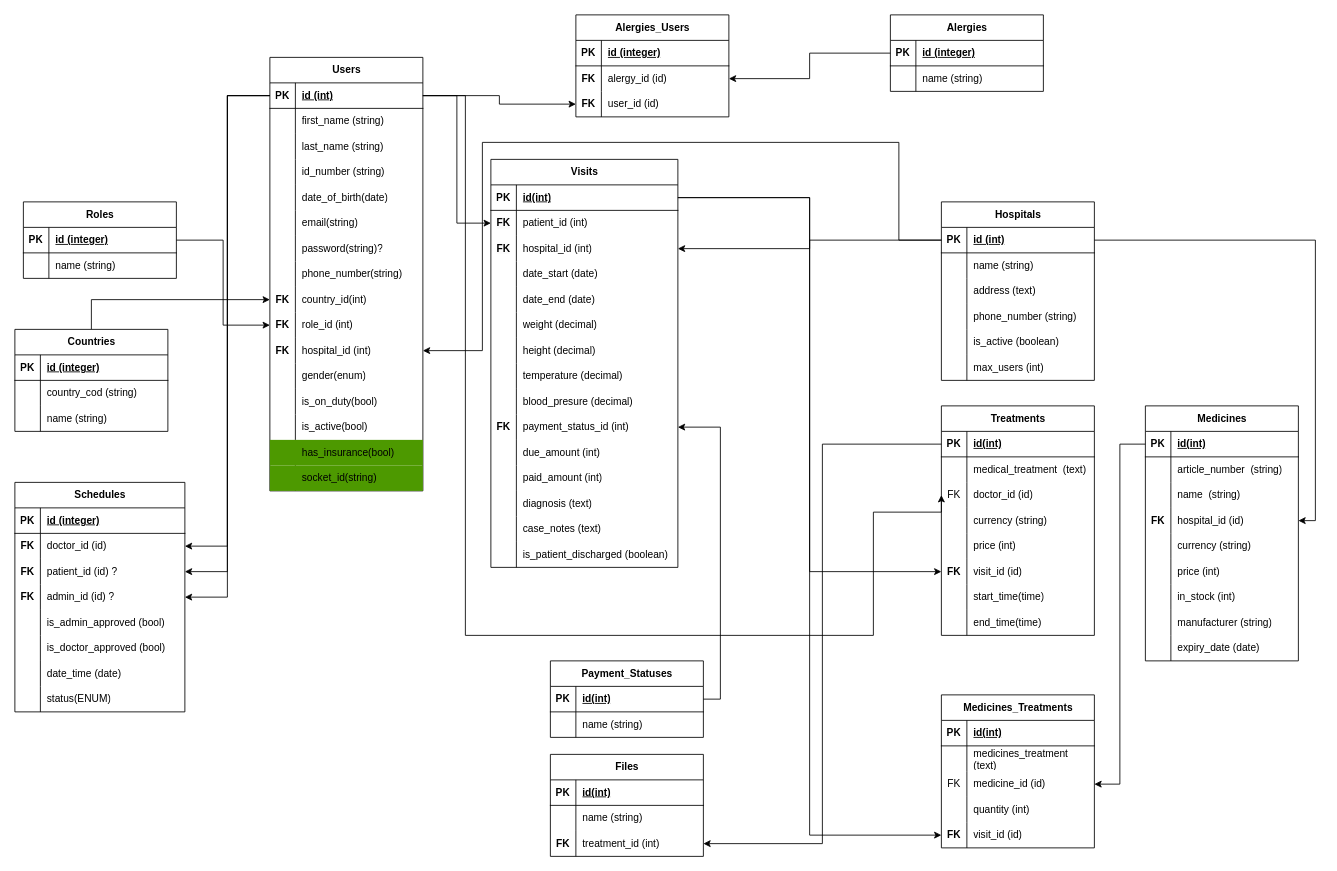
The draw.io diagram Untitled Diagram.drawio in fao30/hospital-management-be, before the edit. Source tidied: cells renumbered, new cells numbered last; positions are measured from the earlier drawing's top-left corner, leaving out a move shared by most shapes. Both pictures are drawn from the tidied source at 85%, with x=0, y=0 at pixel (14, 14).
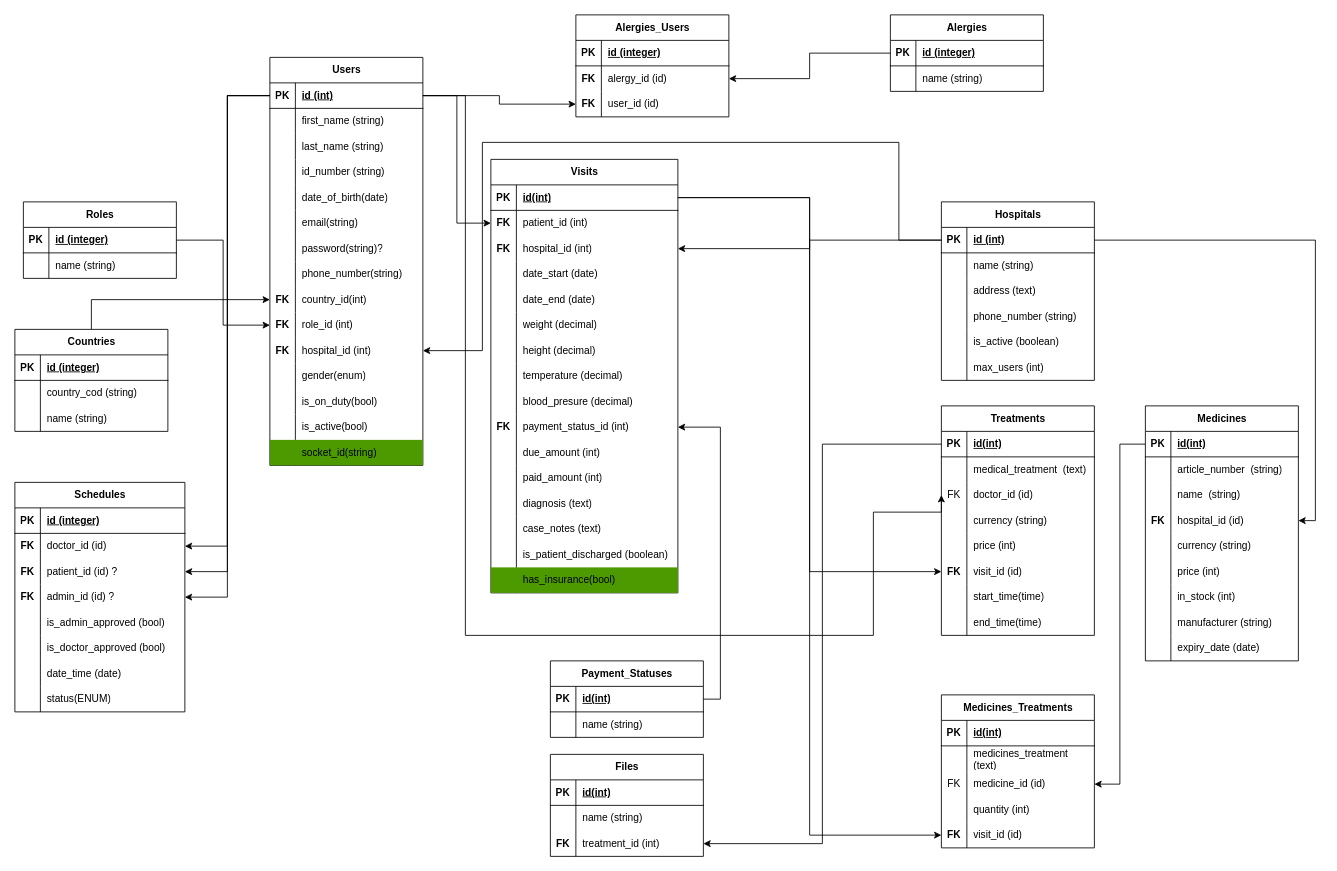
Above is the later version.

Diff of the diagram source:
```diff
@@
     <mxCell id="28" value="Users" style="shape=table;startSize=30;childLayout=tableLayout;rowLines=0;fontStyle=1;align=center;html=1;" parent="1" vertex="1">
-      <mxGeometry x="300" y="50" width="180" height="510" as="geometry" />
+      <mxGeometry x="300" y="50" width="180" height="480" as="geometry" />
     </mxCell>
@@
-    <mxCell id="71" style="shape=tableRow;horizontal=0;startSize=0;swimlaneHead=0;swimlaneBody=0;fillColor=#4D9900;top=0;left=0;right=0;bottom=0;" parent="28" vertex="1">
-      <mxGeometry y="450" width="180" height="30" as="geometry" />
-    </mxCell>
-    <mxCell id="72" style="shape=partialRectangle;fillColor=none;top=0;left=0;bottom=0;right=0;overflow=hidden;whiteSpace=wrap;html=1;" parent="71" vertex="1">
-      <mxGeometry width="30" height="30" as="geometry" />
-    </mxCell>
-    <mxCell id="73" value="has_insurance(bool)" style="shape=partialRectangle;fillColor=none;top=0;left=0;bottom=0;right=0;align=left;spacingLeft=6;overflow=hidden;whiteSpace=wrap;html=1;" parent="71" vertex="1">
-      <mxGeometry x="30" width="150" height="30" as="geometry" />
-    </mxCell>
     <mxCell id="74" style="shape=tableRow;horizontal=0;startSize=0;swimlaneHead=0;swimlaneBody=0;fillColor=#4D9900;top=0;left=0;right=0;bottom=0;" parent="28" vertex="1">
-      <mxGeometry y="480" width="180" height="30" as="geometry" />
+      <mxGeometry y="450" width="180" height="30" as="geometry" />
     </mxCell>
@@
     <mxCell id="89" value="Visits" style="shape=table;startSize=30;childLayout=tableLayout;rowLines=0;fontStyle=1;align=center;html=1;" parent="1" vertex="1">
-      <mxGeometry x="560" y="170" width="220" height="480" as="geometry" />
+      <mxGeometry x="560" y="170" width="220" height="510" as="geometry" />
     </mxCell>
@@
+    <mxCell id="278" style="shape=tableRow;horizontal=0;startSize=0;swimlaneHead=0;swimlaneBody=0;fillColor=#4D9900;top=0;left=0;right=0;bottom=0;" parent="89" vertex="1">
+      <mxGeometry y="480" width="220" height="30" as="geometry" />
+    </mxCell>
+    <mxCell id="72" style="shape=partialRectangle;fillColor=none;top=0;left=0;bottom=0;right=0;overflow=hidden;whiteSpace=wrap;html=1;" parent="278" vertex="1">
+      <mxGeometry width="30" height="30" as="geometry" />
+    </mxCell>
+    <mxCell id="73" value="has_insurance(bool)" style="shape=partialRectangle;fillColor=none;top=0;left=0;bottom=0;right=0;align=left;spacingLeft=6;overflow=hidden;whiteSpace=wrap;html=1;" parent="278" vertex="1">
+      <mxGeometry x="30" width="190" height="30" as="geometry" />
+    </mxCell>
```
